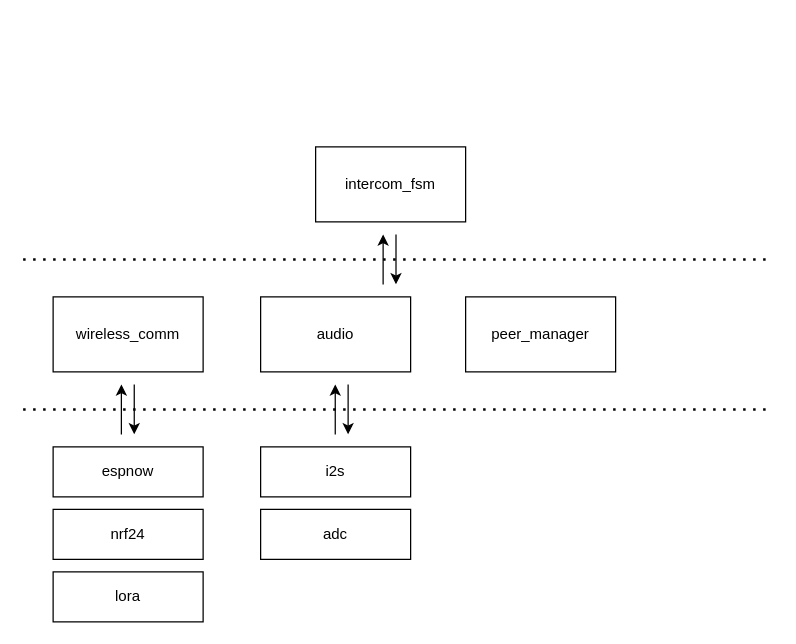
The draw.io diagram docs/Software Layer Mapping Diagram.drawio in Achicken7301/OpenRider, before the edit. Source tidied: cells renumbered, new cells numbered last; positions are measured from the earlier drawing's top-left corner, leaving out a move shared by most shapes. Both pictures are drawn from the tidied source at 125%, with x=0, y=0 at pixel (22, 146).
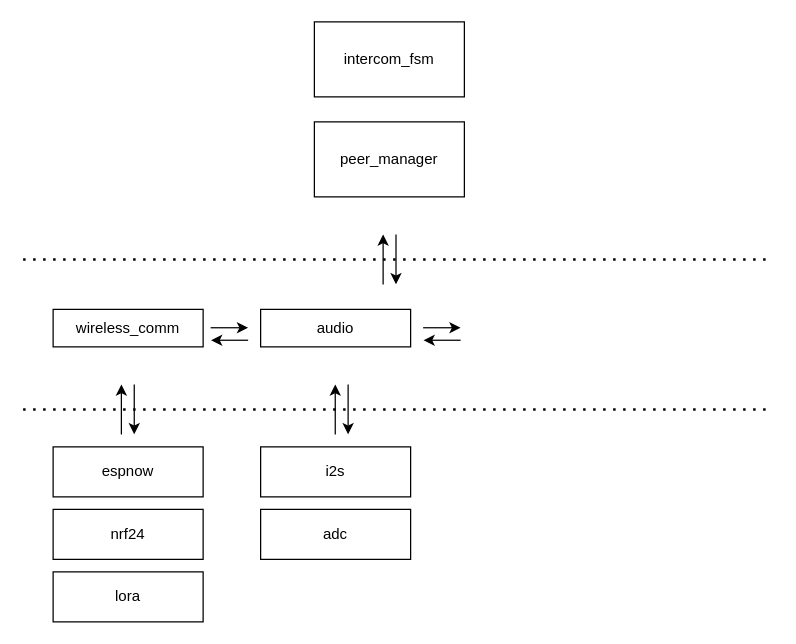
The same page after the edit.

Diff of the diagram source:
```diff
@@
     <mxCell id="2" value="intercom_fsm" style="rounded=0;whiteSpace=wrap;html=1;" parent="1" vertex="1">
-      <mxGeometry x="234" width="120" height="60" as="geometry" />
+      <mxGeometry x="233" y="-100" width="120" height="60" as="geometry" />
     </mxCell>
     <mxCell id="3" value="wireless_comm" style="rounded=0;whiteSpace=wrap;html=1;" parent="1" vertex="1">
-      <mxGeometry x="24" y="120" width="120" height="60" as="geometry" />
+      <mxGeometry x="24" y="130" width="120" height="30" as="geometry" />
     </mxCell>
@@
     <mxCell id="9" value="audio" style="rounded=0;whiteSpace=wrap;html=1;" parent="1" vertex="1">
-      <mxGeometry x="190" y="120" width="120" height="60" as="geometry" />
+      <mxGeometry x="190" y="130" width="120" height="30" as="geometry" />
     </mxCell>
@@
     <mxCell id="18" value="peer_manager" style="rounded=0;whiteSpace=wrap;html=1;" parent="1" vertex="1">
-      <mxGeometry x="354" y="120" width="120" height="60" as="geometry" />
+      <mxGeometry x="233" y="-20" width="120" height="60" as="geometry" />
     </mxCell>
+    <mxCell id="19" style="endArrow=classic;html=1;rounded=0;" parent="1" edge="1">
+      <mxGeometry relative="1" as="geometry">
+        <mxPoint x="150" y="144.7" as="sourcePoint" />
+        <mxPoint x="180" y="144.7" as="targetPoint" />
+      </mxGeometry>
+    </mxCell>
+    <mxCell id="20" style="endArrow=classic;html=1;rounded=0;" parent="1" edge="1">
+      <mxGeometry relative="1" as="geometry">
+        <mxPoint x="180" y="154.7" as="sourcePoint" />
+        <mxPoint x="150.3" y="154.7" as="targetPoint" />
+      </mxGeometry>
+    </mxCell>
+    <mxCell id="21" style="endArrow=classic;html=1;rounded=0;" parent="1" edge="1">
+      <mxGeometry relative="1" as="geometry">
+        <mxPoint x="320" y="144.7" as="sourcePoint" />
+        <mxPoint x="350" y="144.7" as="targetPoint" />
+      </mxGeometry>
+    </mxCell>
+    <mxCell id="22" style="endArrow=classic;html=1;rounded=0;" parent="1" edge="1">
+      <mxGeometry relative="1" as="geometry">
+        <mxPoint x="350" y="154.7" as="sourcePoint" />
+        <mxPoint x="320.3" y="154.7" as="targetPoint" />
+      </mxGeometry>
+    </mxCell>
```
